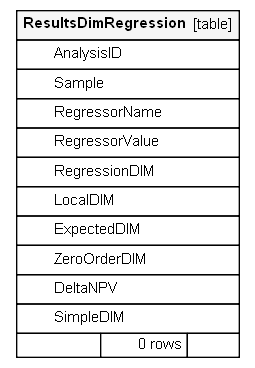
Above: docs/schemaDoc/diagrams/orphans/ResultsDimRegression.1degree.png in rkapl123/OreControl (Graphviz), before the change. Its source is kept beside it as docs/schemaDoc/diagrams/orphans/ResultsDimRegression.1degree.dot.
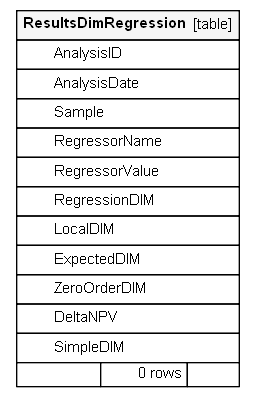
Later version of the same file.

Change to the diagram source:
```diff
@@ -21,6 +21,7 @@
     <TABLE BORDER="0" CELLBORDER="1" CELLSPACING="0" BGCOLOR="#ffffff">
       <TR><TD COLSPAN="3"  BGCOLOR="#f5f5f5"><TABLE BORDER="0" CELLSPACING="0"><TR><TD ALIGN="LEFT"><B>ResultsDimRegression</B></TD><TD ALIGN="RIGHT">[table]</TD></TR></TABLE></TD></TR>
       <TR><TD PORT="AnalysisID" COLSPAN="3" ALIGN="LEFT"><TABLE BORDER="0" CELLSPACING="0" ALIGN="LEFT"><TR ALIGN="LEFT"><TD ALIGN="LEFT" FIXEDSIZE="TRUE" WIDTH="15" HEIGHT="16"></TD><TD ALIGN="LEFT" FIXEDSIZE="TRUE" WIDTH="131" HEIGHT="16">AnalysisID</TD></TR></TABLE></TD></TR>
+      <TR><TD PORT="AnalysisDate" COLSPAN="3" ALIGN="LEFT"><TABLE BORDER="0" CELLSPACING="0" ALIGN="LEFT"><TR ALIGN="LEFT"><TD ALIGN="LEFT" FIXEDSIZE="TRUE" WIDTH="15" HEIGHT="16"></TD><TD ALIGN="LEFT" FIXEDSIZE="TRUE" WIDTH="131" HEIGHT="16">AnalysisDate</TD></TR></TABLE></TD></TR>
       <TR><TD PORT="Sample" COLSPAN="3" ALIGN="LEFT"><TABLE BORDER="0" CELLSPACING="0" ALIGN="LEFT"><TR ALIGN="LEFT"><TD ALIGN="LEFT" FIXEDSIZE="TRUE" WIDTH="15" HEIGHT="16"></TD><TD ALIGN="LEFT" FIXEDSIZE="TRUE" WIDTH="131" HEIGHT="16">Sample</TD></TR></TABLE></TD></TR>
       <TR><TD PORT="RegressorName" COLSPAN="3" ALIGN="LEFT"><TABLE BORDER="0" CELLSPACING="0" ALIGN="LEFT"><TR ALIGN="LEFT"><TD ALIGN="LEFT" FIXEDSIZE="TRUE" WIDTH="15" HEIGHT="16"></TD><TD ALIGN="LEFT" FIXEDSIZE="TRUE" WIDTH="131" HEIGHT="16">RegressorName</TD></TR></TABLE></TD></TR>
       <TR><TD PORT="RegressorValue" COLSPAN="3" ALIGN="LEFT"><TABLE BORDER="0" CELLSPACING="0" ALIGN="LEFT"><TR ALIGN="LEFT"><TD ALIGN="LEFT" FIXEDSIZE="TRUE" WIDTH="15" HEIGHT="16"></TD><TD ALIGN="LEFT" FIXEDSIZE="TRUE" WIDTH="131" HEIGHT="16">RegressorValue</TD></TR></TABLE></TD></TR>
```
